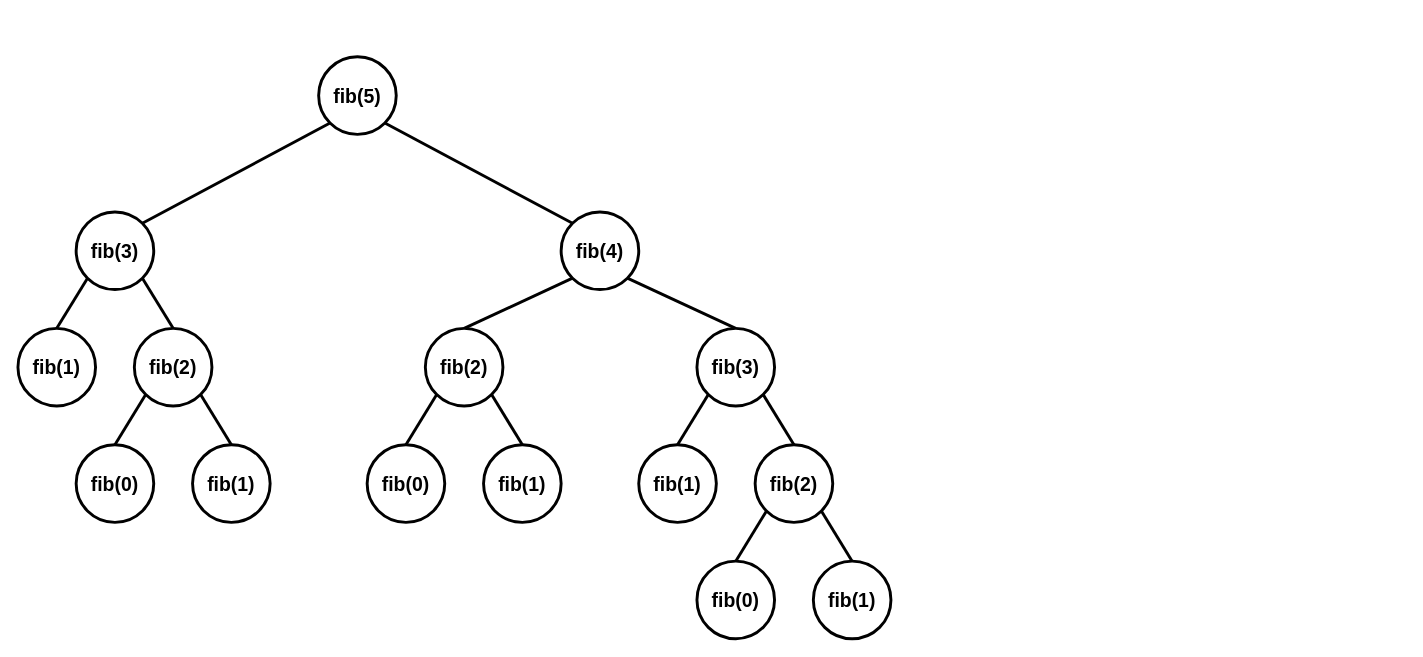
JS970/JS970.github.io keeps this draw.io diagram as static/image/Algorithm/computer algorithm.drawio. Above is the earlier version. Source tidied: cells renumbered, new cells numbered last; positions are measured from the earlier drawing's top-left corner, leaving out a move shared by most shapes. Both pictures are drawn from the tidied source at 97%, with x=0, y=0 at pixel (17, 56).
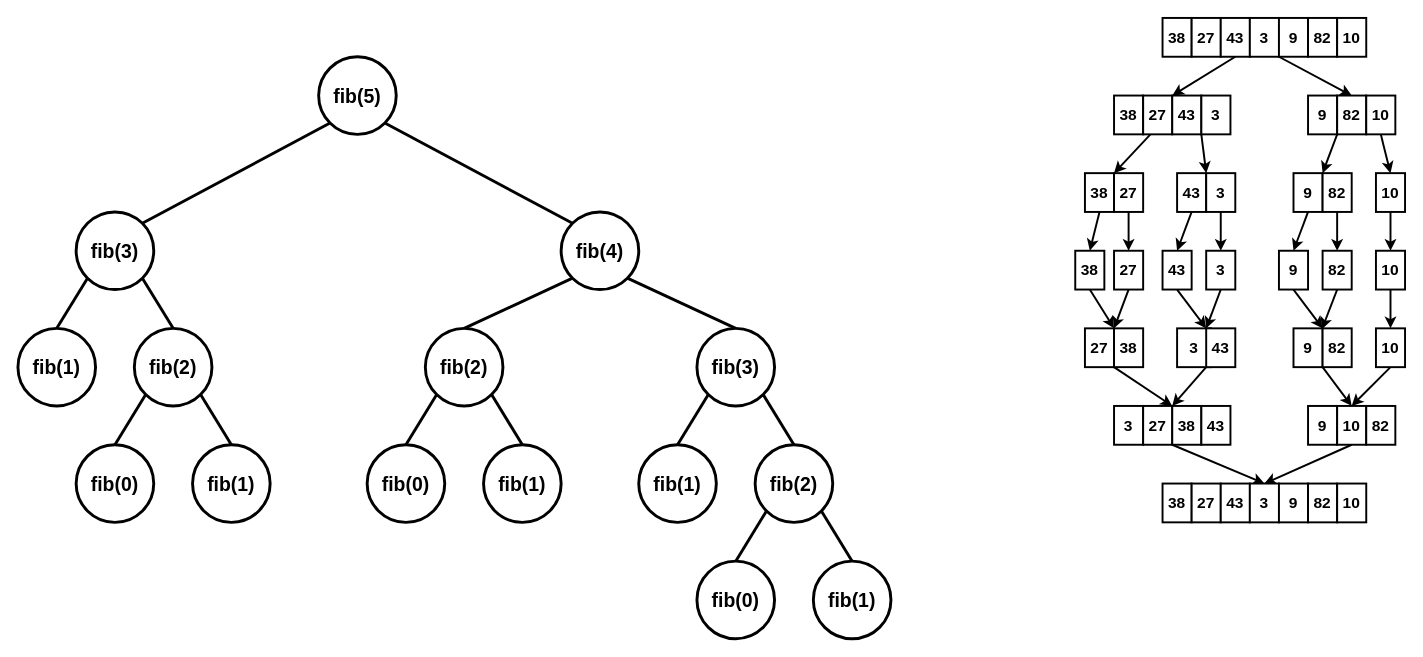
The same diagram, later.

Change to the diagram source:
```diff
@@
+    <mxCell id="31" value="38" style="rounded=0;whiteSpace=wrap;html=1;fontStyle=1;fontSize=16;strokeWidth=2;" parent="1" vertex="1">
+      <mxGeometry x="1180" y="-40" width="30" height="40" as="geometry" />
+    </mxCell>
+    <mxCell id="32" value="27" style="rounded=0;whiteSpace=wrap;html=1;fontStyle=1;fontSize=16;strokeWidth=2;" parent="1" vertex="1">
+      <mxGeometry x="1210" y="-40" width="30" height="40" as="geometry" />
+    </mxCell>
+    <mxCell id="33" style="rounded=0;jettySize=auto;html=1;exitX=0.5;exitY=1;exitDx=0;exitDy=0;entryX=0;entryY=0;entryDx=0;entryDy=0;fontSize=16;strokeWidth=2;" parent="1" edge="1" source="34" target="43">
+      <mxGeometry relative="1" as="geometry" />
+    </mxCell>
+    <mxCell id="34" value="43" style="rounded=0;whiteSpace=wrap;html=1;fontStyle=1;fontSize=16;strokeWidth=2;" parent="1" vertex="1">
+      <mxGeometry x="1240" y="-40" width="30" height="40" as="geometry" />
+    </mxCell>
+    <mxCell id="35" value="3" style="rounded=0;whiteSpace=wrap;html=1;fontStyle=1;fontSize=16;strokeWidth=2;" parent="1" vertex="1">
+      <mxGeometry x="1270" y="-40" width="30" height="40" as="geometry" />
+    </mxCell>
+    <mxCell id="36" style="edgeStyle=none;rounded=0;jettySize=auto;html=1;exitX=0;exitY=1;exitDx=0;exitDy=0;entryX=0.5;entryY=0;entryDx=0;entryDy=0;strokeWidth=2;fontSize=16;" parent="1" edge="1" source="37" target="48">
+      <mxGeometry relative="1" as="geometry" />
+    </mxCell>
+    <mxCell id="37" value="9" style="rounded=0;whiteSpace=wrap;html=1;fontStyle=1;fontSize=16;strokeWidth=2;" parent="1" vertex="1">
+      <mxGeometry x="1300" y="-40" width="30" height="40" as="geometry" />
+    </mxCell>
+    <mxCell id="38" value="82" style="rounded=0;whiteSpace=wrap;html=1;fontStyle=1;fontSize=16;strokeWidth=2;" parent="1" vertex="1">
+      <mxGeometry x="1330" y="-40" width="30" height="40" as="geometry" />
+    </mxCell>
+    <mxCell id="39" value="10" style="rounded=0;whiteSpace=wrap;html=1;fontStyle=1;fontSize=16;strokeWidth=2;" parent="1" vertex="1">
+      <mxGeometry x="1360" y="-40" width="30" height="40" as="geometry" />
+    </mxCell>
+    <mxCell id="40" value="38" style="rounded=0;whiteSpace=wrap;html=1;fontStyle=1;fontSize=16;strokeWidth=2;" parent="1" vertex="1">
+      <mxGeometry x="1130" y="40" width="30" height="40" as="geometry" />
+    </mxCell>
+    <mxCell id="41" style="edgeStyle=none;rounded=0;jettySize=auto;html=1;exitX=0.25;exitY=1;exitDx=0;exitDy=0;entryX=0;entryY=0;entryDx=0;entryDy=0;strokeWidth=2;fontSize=16;" parent="1" edge="1" source="42" target="54">
+      <mxGeometry relative="1" as="geometry" />
+    </mxCell>
+    <mxCell id="42" value="27" style="rounded=0;whiteSpace=wrap;html=1;fontStyle=1;fontSize=16;strokeWidth=2;" parent="1" vertex="1">
+      <mxGeometry x="1160" y="40" width="30" height="40" as="geometry" />
+    </mxCell>
+    <mxCell id="43" value="43" style="rounded=0;whiteSpace=wrap;html=1;fontStyle=1;fontSize=16;strokeWidth=2;" parent="1" vertex="1">
+      <mxGeometry x="1190" y="40" width="30" height="40" as="geometry" />
+    </mxCell>
+    <mxCell id="44" style="edgeStyle=none;rounded=0;jettySize=auto;html=1;exitX=0;exitY=1;exitDx=0;exitDy=0;entryX=0;entryY=0;entryDx=0;entryDy=0;strokeWidth=2;fontSize=16;" parent="1" edge="1" source="45" target="58">
+      <mxGeometry relative="1" as="geometry" />
+    </mxCell>
+    <mxCell id="45" value="3" style="rounded=0;whiteSpace=wrap;html=1;fontStyle=1;fontSize=16;strokeWidth=2;" parent="1" vertex="1">
+      <mxGeometry x="1220" y="40" width="30" height="40" as="geometry" />
+    </mxCell>
+    <mxCell id="46" value="9" style="rounded=0;whiteSpace=wrap;html=1;fontStyle=1;fontSize=16;strokeWidth=2;" parent="1" vertex="1">
+      <mxGeometry x="1330" y="40" width="30" height="40" as="geometry" />
+    </mxCell>
+    <mxCell id="47" style="edgeStyle=none;rounded=0;jettySize=auto;html=1;exitX=0;exitY=1;exitDx=0;exitDy=0;entryX=0;entryY=0;entryDx=0;entryDy=0;strokeWidth=2;fontSize=16;" parent="1" edge="1" source="48" target="62">
+      <mxGeometry relative="1" as="geometry" />
+    </mxCell>
+    <mxCell id="48" value="82" style="rounded=0;whiteSpace=wrap;html=1;fontStyle=1;fontSize=16;strokeWidth=2;" parent="1" vertex="1">
+      <mxGeometry x="1360" y="40" width="30" height="40" as="geometry" />
+    </mxCell>
+    <mxCell id="49" style="edgeStyle=none;rounded=0;jettySize=auto;html=1;exitX=0.5;exitY=1;exitDx=0;exitDy=0;entryX=0.5;entryY=0;entryDx=0;entryDy=0;strokeWidth=2;fontSize=16;" parent="1" edge="1" source="50" target="64">
+      <mxGeometry relative="1" as="geometry" />
+    </mxCell>
+    <mxCell id="50" value="10" style="rounded=0;whiteSpace=wrap;html=1;fontStyle=1;fontSize=16;strokeWidth=2;" parent="1" vertex="1">
+      <mxGeometry x="1390" y="40" width="30" height="40" as="geometry" />
+    </mxCell>
+    <mxCell id="51" style="edgeStyle=none;rounded=0;jettySize=auto;html=1;exitX=0.5;exitY=1;exitDx=0;exitDy=0;entryX=0.5;entryY=0;entryDx=0;entryDy=0;strokeWidth=2;fontSize=16;" parent="1" edge="1" source="52" target="66">
+      <mxGeometry relative="1" as="geometry" />
+    </mxCell>
+    <mxCell id="52" value="38" style="rounded=0;whiteSpace=wrap;html=1;fontStyle=1;fontSize=16;strokeWidth=2;" parent="1" vertex="1">
+      <mxGeometry x="1100" y="120" width="30" height="40" as="geometry" />
+    </mxCell>
+    <mxCell id="53" style="edgeStyle=none;rounded=0;jettySize=auto;html=1;exitX=0.5;exitY=1;exitDx=0;exitDy=0;entryX=0.5;entryY=0;entryDx=0;entryDy=0;strokeWidth=2;fontSize=16;" parent="1" edge="1" source="54" target="68">
+      <mxGeometry relative="1" as="geometry" />
+    </mxCell>
+    <mxCell id="54" value="27" style="rounded=0;whiteSpace=wrap;html=1;fontStyle=1;fontSize=16;strokeWidth=2;" parent="1" vertex="1">
+      <mxGeometry x="1130" y="120" width="30" height="40" as="geometry" />
+    </mxCell>
+    <mxCell id="55" style="edgeStyle=none;rounded=0;jettySize=auto;html=1;exitX=0.5;exitY=1;exitDx=0;exitDy=0;entryX=0.5;entryY=0;entryDx=0;entryDy=0;strokeWidth=2;fontSize=16;" parent="1" edge="1" source="56" target="70">
+      <mxGeometry relative="1" as="geometry" />
+    </mxCell>
+    <mxCell id="56" value="43" style="rounded=0;whiteSpace=wrap;html=1;fontStyle=1;fontSize=16;strokeWidth=2;" parent="1" vertex="1">
+      <mxGeometry x="1195" y="120" width="30" height="40" as="geometry" />
+    </mxCell>
+    <mxCell id="57" style="edgeStyle=none;rounded=0;jettySize=auto;html=1;exitX=0.5;exitY=1;exitDx=0;exitDy=0;entryX=0.5;entryY=0;entryDx=0;entryDy=0;strokeWidth=2;fontSize=16;" parent="1" edge="1" source="58" target="72">
+      <mxGeometry relative="1" as="geometry" />
+    </mxCell>
+    <mxCell id="58" value="3" style="rounded=0;whiteSpace=wrap;html=1;fontStyle=1;fontSize=16;strokeWidth=2;" parent="1" vertex="1">
+      <mxGeometry x="1225" y="120" width="30" height="40" as="geometry" />
+    </mxCell>
+    <mxCell id="59" style="edgeStyle=none;rounded=0;jettySize=auto;html=1;exitX=0.5;exitY=1;exitDx=0;exitDy=0;entryX=0.5;entryY=0;entryDx=0;entryDy=0;strokeWidth=2;fontSize=16;" parent="1" edge="1" source="60" target="74">
+      <mxGeometry relative="1" as="geometry" />
+    </mxCell>
+    <mxCell id="60" value="9" style="rounded=0;whiteSpace=wrap;html=1;fontStyle=1;fontSize=16;strokeWidth=2;" parent="1" vertex="1">
+      <mxGeometry x="1315" y="120" width="30" height="40" as="geometry" />
+    </mxCell>
+    <mxCell id="61" style="edgeStyle=none;rounded=0;jettySize=auto;html=1;exitX=0.5;exitY=1;exitDx=0;exitDy=0;entryX=0.5;entryY=0;entryDx=0;entryDy=0;strokeWidth=2;fontSize=16;" parent="1" edge="1" source="62" target="76">
+      <mxGeometry relative="1" as="geometry" />
+    </mxCell>
+    <mxCell id="62" value="82" style="rounded=0;whiteSpace=wrap;html=1;fontStyle=1;fontSize=16;strokeWidth=2;" parent="1" vertex="1">
+      <mxGeometry x="1345" y="120" width="30" height="40" as="geometry" />
+    </mxCell>
+    <mxCell id="63" style="edgeStyle=none;rounded=0;jettySize=auto;html=1;exitX=0.5;exitY=1;exitDx=0;exitDy=0;entryX=0.5;entryY=0;entryDx=0;entryDy=0;strokeWidth=2;fontSize=16;" parent="1" edge="1" source="64" target="78">
+      <mxGeometry relative="1" as="geometry" />
+    </mxCell>
+    <mxCell id="64" value="10" style="rounded=0;whiteSpace=wrap;html=1;fontStyle=1;fontSize=16;strokeWidth=2;" parent="1" vertex="1">
+      <mxGeometry x="1400" y="120" width="30" height="40" as="geometry" />
+    </mxCell>
+    <mxCell id="65" style="edgeStyle=none;rounded=0;jettySize=auto;html=1;exitX=0.5;exitY=1;exitDx=0;exitDy=0;entryX=1;entryY=0;entryDx=0;entryDy=0;strokeWidth=2;fontSize=16;" parent="1" edge="1" source="66" target="79">
+      <mxGeometry relative="1" as="geometry" />
+    </mxCell>
+    <mxCell id="66" value="38" style="rounded=0;whiteSpace=wrap;html=1;fontStyle=1;fontSize=16;strokeWidth=2;" parent="1" vertex="1">
+      <mxGeometry x="1090" y="200" width="30" height="40" as="geometry" />
+    </mxCell>
+    <mxCell id="67" style="edgeStyle=none;rounded=0;jettySize=auto;html=1;exitX=0.5;exitY=1;exitDx=0;exitDy=0;entryX=0;entryY=0;entryDx=0;entryDy=0;strokeWidth=2;fontSize=16;" parent="1" edge="1" source="68" target="81">
+      <mxGeometry relative="1" as="geometry" />
+    </mxCell>
+    <mxCell id="68" value="27" style="rounded=0;whiteSpace=wrap;html=1;fontStyle=1;fontSize=16;strokeWidth=2;" parent="1" vertex="1">
+      <mxGeometry x="1130" y="200" width="30" height="40" as="geometry" />
+    </mxCell>
+    <mxCell id="69" style="edgeStyle=none;rounded=0;jettySize=auto;html=1;exitX=0.5;exitY=1;exitDx=0;exitDy=0;entryX=0;entryY=0;entryDx=0;entryDy=0;strokeWidth=2;fontSize=16;" parent="1" edge="1" source="70" target="84">
+      <mxGeometry relative="1" as="geometry" />
+    </mxCell>
+    <mxCell id="70" value="43" style="rounded=0;whiteSpace=wrap;html=1;fontStyle=1;fontSize=16;strokeWidth=2;" parent="1" vertex="1">
+      <mxGeometry x="1180" y="200" width="30" height="40" as="geometry" />
+    </mxCell>
+    <mxCell id="71" style="edgeStyle=none;rounded=0;jettySize=auto;html=1;exitX=0.5;exitY=1;exitDx=0;exitDy=0;entryX=0;entryY=0;entryDx=0;entryDy=0;strokeWidth=2;fontSize=16;" parent="1" edge="1" source="72" target="84">
+      <mxGeometry relative="1" as="geometry" />
+    </mxCell>
+    <mxCell id="72" value="3" style="rounded=0;whiteSpace=wrap;html=1;fontStyle=1;fontSize=16;strokeWidth=2;" parent="1" vertex="1">
+      <mxGeometry x="1225" y="200" width="30" height="40" as="geometry" />
+    </mxCell>
+    <mxCell id="73" style="edgeStyle=none;rounded=0;jettySize=auto;html=1;exitX=0.5;exitY=1;exitDx=0;exitDy=0;entryX=1;entryY=0;entryDx=0;entryDy=0;strokeWidth=2;fontSize=16;" parent="1" edge="1" source="74" target="85">
+      <mxGeometry relative="1" as="geometry" />
+    </mxCell>
+    <mxCell id="74" value="9" style="rounded=0;whiteSpace=wrap;html=1;fontStyle=1;fontSize=16;strokeWidth=2;" parent="1" vertex="1">
+      <mxGeometry x="1300" y="200" width="30" height="40" as="geometry" />
+    </mxCell>
+    <mxCell id="75" style="edgeStyle=none;rounded=0;jettySize=auto;html=1;exitX=0.5;exitY=1;exitDx=0;exitDy=0;strokeWidth=2;fontSize=16;" parent="1" edge="1" source="76">
+      <mxGeometry relative="1" as="geometry">
+        <mxPoint x="1344.3" y="280.9" as="targetPoint" />
+      </mxGeometry>
+    </mxCell>
+    <mxCell id="76" value="82" style="rounded=0;whiteSpace=wrap;html=1;fontStyle=1;fontSize=16;strokeWidth=2;" parent="1" vertex="1">
+      <mxGeometry x="1345" y="200" width="30" height="40" as="geometry" />
+    </mxCell>
+    <mxCell id="77" style="edgeStyle=none;rounded=0;jettySize=auto;html=1;exitX=0.5;exitY=1;exitDx=0;exitDy=0;entryX=0.5;entryY=0;entryDx=0;entryDy=0;strokeWidth=2;fontSize=16;" parent="1" edge="1" source="78" target="89">
+      <mxGeometry relative="1" as="geometry" />
+    </mxCell>
+    <mxCell id="78" value="10" style="rounded=0;whiteSpace=wrap;html=1;fontStyle=1;fontSize=16;strokeWidth=2;" parent="1" vertex="1">
+      <mxGeometry x="1400" y="200" width="30" height="40" as="geometry" />
+    </mxCell>
+    <mxCell id="79" value="27" style="rounded=0;whiteSpace=wrap;html=1;fontStyle=1;fontSize=16;strokeWidth=2;" parent="1" vertex="1">
+      <mxGeometry x="1100" y="280" width="30" height="40" as="geometry" />
+    </mxCell>
+    <mxCell id="80" style="edgeStyle=none;rounded=0;jettySize=auto;html=1;exitX=0;exitY=1;exitDx=0;exitDy=0;entryX=0;entryY=0;entryDx=0;entryDy=0;strokeWidth=2;fontSize=16;" parent="1" edge="1" source="81" target="93">
+      <mxGeometry relative="1" as="geometry" />
+    </mxCell>
+    <mxCell id="81" value="38" style="rounded=0;whiteSpace=wrap;html=1;fontStyle=1;fontSize=16;strokeWidth=2;" parent="1" vertex="1">
+      <mxGeometry x="1130" y="280" width="30" height="40" as="geometry" />
+    </mxCell>
+    <mxCell id="82" value="3" style="rounded=0;whiteSpace=wrap;html=1;fontStyle=1;fontSize=16;strokeWidth=2;" parent="1" vertex="1">
+      <mxGeometry x="1195" y="280" width="35" height="40" as="geometry" />
+    </mxCell>
+    <mxCell id="83" style="edgeStyle=none;rounded=0;jettySize=auto;html=1;exitX=0;exitY=1;exitDx=0;exitDy=0;entryX=1;entryY=0;entryDx=0;entryDy=0;strokeWidth=2;fontSize=16;" parent="1" edge="1" source="84" target="91">
+      <mxGeometry relative="1" as="geometry" />
+    </mxCell>
+    <mxCell id="84" value="43" style="rounded=0;whiteSpace=wrap;html=1;fontStyle=1;fontSize=16;strokeWidth=2;" parent="1" vertex="1">
+      <mxGeometry x="1225" y="280" width="30" height="40" as="geometry" />
+    </mxCell>
+    <mxCell id="85" value="9" style="rounded=0;whiteSpace=wrap;html=1;fontStyle=1;fontSize=16;strokeWidth=2;" parent="1" vertex="1">
+      <mxGeometry x="1315" y="280" width="30" height="40" as="geometry" />
+    </mxCell>
+    <mxCell id="86" style="edgeStyle=none;rounded=0;jettySize=auto;html=1;exitX=0;exitY=1;exitDx=0;exitDy=0;entryX=0.5;entryY=0;entryDx=0;entryDy=0;strokeWidth=2;fontSize=16;" parent="1" edge="1" source="87" target="97">
+      <mxGeometry relative="1" as="geometry" />
+    </mxCell>
+    <mxCell id="87" value="82" style="rounded=0;whiteSpace=wrap;html=1;fontStyle=1;fontSize=16;strokeWidth=2;" parent="1" vertex="1">
+      <mxGeometry x="1345" y="280" width="30" height="40" as="geometry" />
+    </mxCell>
+    <mxCell id="88" style="edgeStyle=none;rounded=0;jettySize=auto;html=1;exitX=0.5;exitY=1;exitDx=0;exitDy=0;entryX=0.5;entryY=0;entryDx=0;entryDy=0;strokeWidth=2;fontSize=16;" parent="1" edge="1" source="89" target="97">
+      <mxGeometry relative="1" as="geometry" />
+    </mxCell>
+    <mxCell id="89" value="10" style="rounded=0;whiteSpace=wrap;html=1;fontStyle=1;fontSize=16;strokeWidth=2;" parent="1" vertex="1">
+      <mxGeometry x="1400" y="280" width="30" height="40" as="geometry" />
+    </mxCell>
+    <mxCell id="90" value="3" style="rounded=0;whiteSpace=wrap;html=1;fontStyle=1;fontSize=16;strokeWidth=2;" parent="1" vertex="1">
+      <mxGeometry x="1130" y="360" width="30" height="40" as="geometry" />
+    </mxCell>
+    <mxCell id="91" value="27" style="rounded=0;whiteSpace=wrap;html=1;fontStyle=1;fontSize=16;strokeWidth=2;" parent="1" vertex="1">
+      <mxGeometry x="1160" y="360" width="30" height="40" as="geometry" />
+    </mxCell>
+    <mxCell id="92" style="edgeStyle=none;rounded=0;jettySize=auto;html=1;exitX=0;exitY=1;exitDx=0;exitDy=0;entryX=0.5;entryY=0;entryDx=0;entryDy=0;strokeWidth=2;fontSize=16;" parent="1" edge="1" source="93" target="102">
+      <mxGeometry relative="1" as="geometry" />
+    </mxCell>
+    <mxCell id="93" value="38" style="rounded=0;whiteSpace=wrap;html=1;fontStyle=1;fontSize=16;strokeWidth=2;" parent="1" vertex="1">
+      <mxGeometry x="1190" y="360" width="30" height="40" as="geometry" />
+    </mxCell>
+    <mxCell id="94" value="43" style="rounded=0;whiteSpace=wrap;html=1;fontStyle=1;fontSize=16;strokeWidth=2;" parent="1" vertex="1">
+      <mxGeometry x="1220" y="360" width="30" height="40" as="geometry" />
+    </mxCell>
+    <mxCell id="95" value="9" style="rounded=0;whiteSpace=wrap;html=1;fontStyle=1;fontSize=16;strokeWidth=2;" parent="1" vertex="1">
+      <mxGeometry x="1330" y="360" width="30" height="40" as="geometry" />
+    </mxCell>
+    <mxCell id="96" style="edgeStyle=none;rounded=0;jettySize=auto;html=1;exitX=0.5;exitY=1;exitDx=0;exitDy=0;entryX=0.5;entryY=0;entryDx=0;entryDy=0;strokeWidth=2;fontSize=16;" parent="1" edge="1" source="97" target="102">
+      <mxGeometry relative="1" as="geometry" />
+    </mxCell>
+    <mxCell id="97" value="10" style="rounded=0;whiteSpace=wrap;html=1;fontStyle=1;fontSize=16;strokeWidth=2;" parent="1" vertex="1">
+      <mxGeometry x="1360" y="360" width="30" height="40" as="geometry" />
+    </mxCell>
+    <mxCell id="98" value="82" style="rounded=0;whiteSpace=wrap;html=1;fontStyle=1;fontSize=16;strokeWidth=2;" parent="1" vertex="1">
+      <mxGeometry x="1390" y="360" width="30" height="40" as="geometry" />
+    </mxCell>
+    <mxCell id="99" value="38" style="rounded=0;whiteSpace=wrap;html=1;fontStyle=1;fontSize=16;strokeWidth=2;" parent="1" vertex="1">
+      <mxGeometry x="1180" y="440" width="30" height="40" as="geometry" />
+    </mxCell>
+    <mxCell id="100" value="27" style="rounded=0;whiteSpace=wrap;html=1;fontStyle=1;fontSize=16;strokeWidth=2;" parent="1" vertex="1">
+      <mxGeometry x="1210" y="440" width="30" height="40" as="geometry" />
+    </mxCell>
+    <mxCell id="101" value="43" style="rounded=0;whiteSpace=wrap;html=1;fontStyle=1;fontSize=16;strokeWidth=2;" parent="1" vertex="1">
+      <mxGeometry x="1240" y="440" width="30" height="40" as="geometry" />
+    </mxCell>
+    <mxCell id="102" value="3" style="rounded=0;whiteSpace=wrap;html=1;fontStyle=1;fontSize=16;strokeWidth=2;" parent="1" vertex="1">
+      <mxGeometry x="1270" y="440" width="30" height="40" as="geometry" />
+    </mxCell>
+    <mxCell id="103" value="9" style="rounded=0;whiteSpace=wrap;html=1;fontStyle=1;fontSize=16;strokeWidth=2;" parent="1" vertex="1">
+      <mxGeometry x="1300" y="440" width="30" height="40" as="geometry" />
+    </mxCell>
+    <mxCell id="104" value="82" style="rounded=0;whiteSpace=wrap;html=1;fontStyle=1;fontSize=16;strokeWidth=2;" parent="1" vertex="1">
+      <mxGeometry x="1330" y="440" width="30" height="40" as="geometry" />
+    </mxCell>
+    <mxCell id="105" value="10" style="rounded=0;whiteSpace=wrap;html=1;fontStyle=1;fontSize=16;strokeWidth=2;" parent="1" vertex="1">
+      <mxGeometry x="1360" y="440" width="30" height="40" as="geometry" />
+    </mxCell>
```
